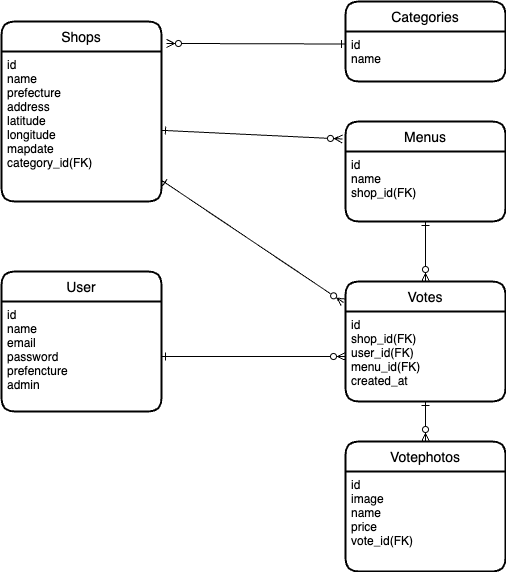
Earlier version of the draw.io export img/jimoguru.png (yuko-fu/jimoguru). Source tidied: cells renumbered, new cells last; positions are measured from the earlier drawing's top-left corner, leaving out a move shared by most shapes.
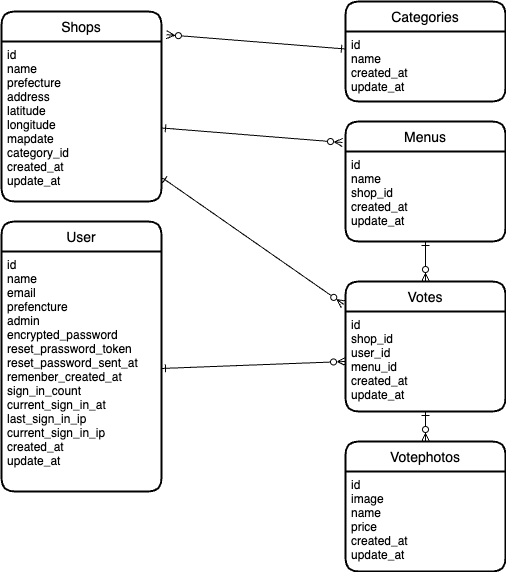
The same diagram one commit later.

Change to the diagram source:
```diff
@@ -3,39 +3,39 @@
     <mxCell id="0" />
     <mxCell id="1" parent="0" />
     <mxCell id="2" value="Shops" style="swimlane;horizontal=1;startSize=30;rounded=1;fontSize=14;fontStyle=0;strokeWidth=2;shadow=0;dashed=0;align=center;" parent="1" vertex="1">
-      <mxGeometry y="20" width="160" height="180" as="geometry" />
+      <mxGeometry y="10" width="160" height="190" as="geometry" />
     </mxCell>
-    <mxCell id="3" value="id&#10;name&#10;prefecture&#10;address&#10;latitude&#10;longitude&#10;mapdate&#10;category_id(FK)" style="align=left;strokeColor=none;fillColor=none;spacingLeft=4;fontSize=12;verticalAlign=top;" parent="2" vertex="1">
-      <mxGeometry y="30" width="160" height="150" as="geometry" />
+    <mxCell id="3" value="id&#10;name&#10;prefecture&#10;address&#10;latitude&#10;longitude&#10;mapdate&#10;category_id&#10;created_at&#10;update_at" style="align=left;strokeColor=none;fillColor=none;spacingLeft=4;fontSize=12;verticalAlign=top;" parent="2" vertex="1">
+      <mxGeometry y="30" width="160" height="160" as="geometry" />
     </mxCell>
     <mxCell id="4" value="Categories" style="swimlane;horizontal=1;startSize=30;rounded=1;fontSize=14;fontStyle=0;strokeWidth=2;shadow=0;dashed=0;align=center;" parent="1" vertex="1">
-      <mxGeometry x="344" width="160" height="80" as="geometry" />
+      <mxGeometry x="344" width="160" height="100" as="geometry" />
     </mxCell>
-    <mxCell id="5" value="id&#10;name" style="align=left;strokeColor=none;fillColor=none;spacingLeft=4;fontSize=12;verticalAlign=top;" parent="4" vertex="1">
-      <mxGeometry y="30" width="160" height="50" as="geometry" />
+    <mxCell id="5" value="id&#10;name&#10;created_at&#10;update_at" style="align=left;strokeColor=none;fillColor=none;spacingLeft=4;fontSize=12;verticalAlign=top;" parent="4" vertex="1">
+      <mxGeometry y="30" width="160" height="70" as="geometry" />
     </mxCell>
     <mxCell id="6" value="Menus" style="swimlane;horizontal=1;startSize=30;rounded=1;fontSize=14;fontStyle=0;strokeWidth=2;shadow=0;dashed=0;align=center;" parent="1" vertex="1">
-      <mxGeometry x="344" y="120" width="160" height="100" as="geometry" />
+      <mxGeometry x="344" y="120" width="160" height="120" as="geometry" />
     </mxCell>
-    <mxCell id="7" value="id&#10;name&#10;shop_id(FK)" style="align=left;strokeColor=none;fillColor=none;spacingLeft=4;fontSize=12;verticalAlign=top;" parent="6" vertex="1">
-      <mxGeometry y="30" width="160" height="70" as="geometry" />
+    <mxCell id="7" value="id&#10;name&#10;shop_id&#10;created_at&#10;update_at" style="align=left;strokeColor=none;fillColor=none;spacingLeft=4;fontSize=12;verticalAlign=top;" parent="6" vertex="1">
+      <mxGeometry y="30" width="160" height="90" as="geometry" />
     </mxCell>
     <mxCell id="8" value="User" style="swimlane;horizontal=1;startSize=30;rounded=1;fontSize=14;fontStyle=0;strokeWidth=2;shadow=0;dashed=0;align=center;" parent="1" vertex="1">
-      <mxGeometry y="270" width="160" height="140" as="geometry" />
+      <mxGeometry y="220" width="160" height="270" as="geometry" />
     </mxCell>
-    <mxCell id="9" value="id&#10;name&#10;email&#10;password&#10;prefencture&#10;admin" style="align=left;strokeColor=none;fillColor=none;spacingLeft=4;fontSize=12;verticalAlign=top;" parent="8" vertex="1">
-      <mxGeometry y="30" width="160" height="110" as="geometry" />
+    <mxCell id="9" value="id&#10;name&#10;email&#10;prefencture&#10;admin&#10;encrypted_password&#10;reset_prassword_token&#10;reset_password_sent_at&#10;remenber_created_at&#10;sign_in_count&#10;current_sign_in_at&#10;last_sign_in_ip&#10;current_sign_in_ip&#10;created_at&#10;update_at&#10;" style="align=left;strokeColor=none;fillColor=none;spacingLeft=4;fontSize=12;verticalAlign=top;" parent="8" vertex="1">
+      <mxGeometry y="30" width="160" height="240" as="geometry" />
     </mxCell>
     <mxCell id="10" value="Votes" style="swimlane;horizontal=1;startSize=30;rounded=1;fontSize=14;fontStyle=0;strokeWidth=2;shadow=0;dashed=0;align=center;" parent="1" vertex="1">
-      <mxGeometry x="344" y="280" width="160" height="120" as="geometry" />
+      <mxGeometry x="344" y="280" width="160" height="130" as="geometry" />
     </mxCell>
-    <mxCell id="11" value="id&#10;shop_id(FK)&#10;user_id(FK)&#10;menu_id(FK)&#10;created_at" style="align=left;strokeColor=none;fillColor=none;spacingLeft=4;fontSize=12;verticalAlign=top;" parent="10" vertex="1">
-      <mxGeometry y="30" width="160" height="90" as="geometry" />
+    <mxCell id="11" value="id&#10;shop_id&#10;user_id&#10;menu_id&#10;created_at&#10;update_at" style="align=left;strokeColor=none;fillColor=none;spacingLeft=4;fontSize=12;verticalAlign=top;" parent="10" vertex="1">
+      <mxGeometry y="30" width="160" height="100" as="geometry" />
     </mxCell>
     <mxCell id="12" value="Votephotos" style="swimlane;horizontal=1;startSize=30;rounded=1;fontSize=14;fontStyle=0;strokeWidth=2;shadow=0;dashed=0;align=center;" parent="1" vertex="1">
       <mxGeometry x="344" y="440" width="160" height="130" as="geometry" />
     </mxCell>
-    <mxCell id="13" value="id&#10;image&#10;name&#10;price&#10;vote_id(FK)" style="align=left;strokeColor=none;fillColor=none;spacingLeft=4;fontSize=12;verticalAlign=top;" parent="12" vertex="1">
+    <mxCell id="13" value="id&#10;image&#10;name&#10;price&#10;created_at&#10;update_at" style="align=left;strokeColor=none;fillColor=none;spacingLeft=4;fontSize=12;verticalAlign=top;" parent="12" vertex="1">
       <mxGeometry y="30" width="160" height="100" as="geometry" />
     </mxCell>
     <mxCell id="14" style="edgeStyle=none;html=1;entryX=0;entryY=0.25;entryDx=0;entryDy=0;startArrow=ERzeroToMany;startFill=0;endArrow=ERone;endFill=0;exitX=1.031;exitY=0.122;exitDx=0;exitDy=0;exitPerimeter=0;" parent="1" edge="1" source="2" target="5">
```
